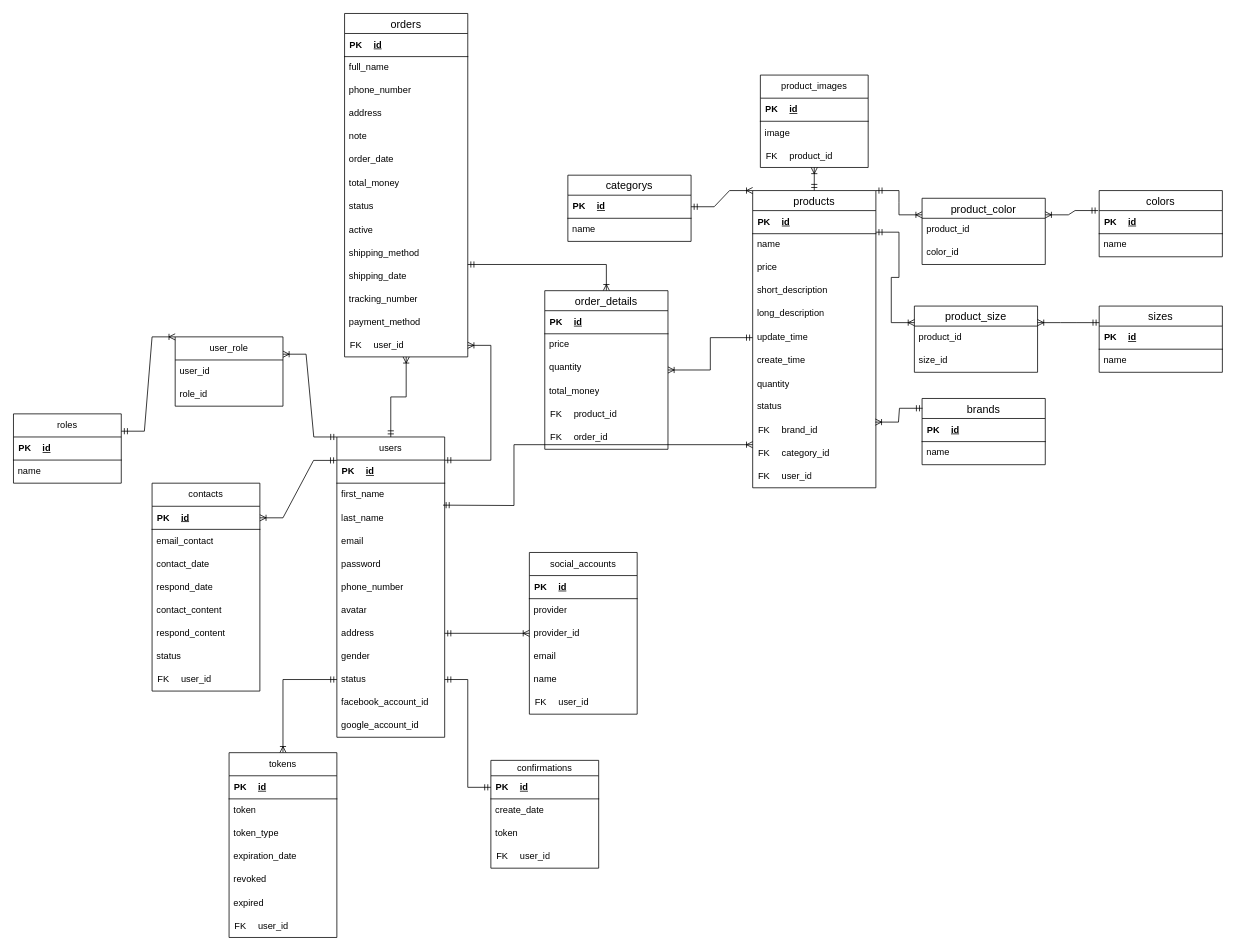
Earlier version of the draw.io diagram shop-online/Biểu đồ không có tiêu đề.drawio (Dangnhhe161726/shop-online). Source tidied: cells renumbered, new cells numbered last; positions are measured from the earlier drawing's top-left corner, leaving out a move shared by most shapes. Both pictures are drawn from the tidied source at 77%, with x=0, y=0 at pixel (13, -183).
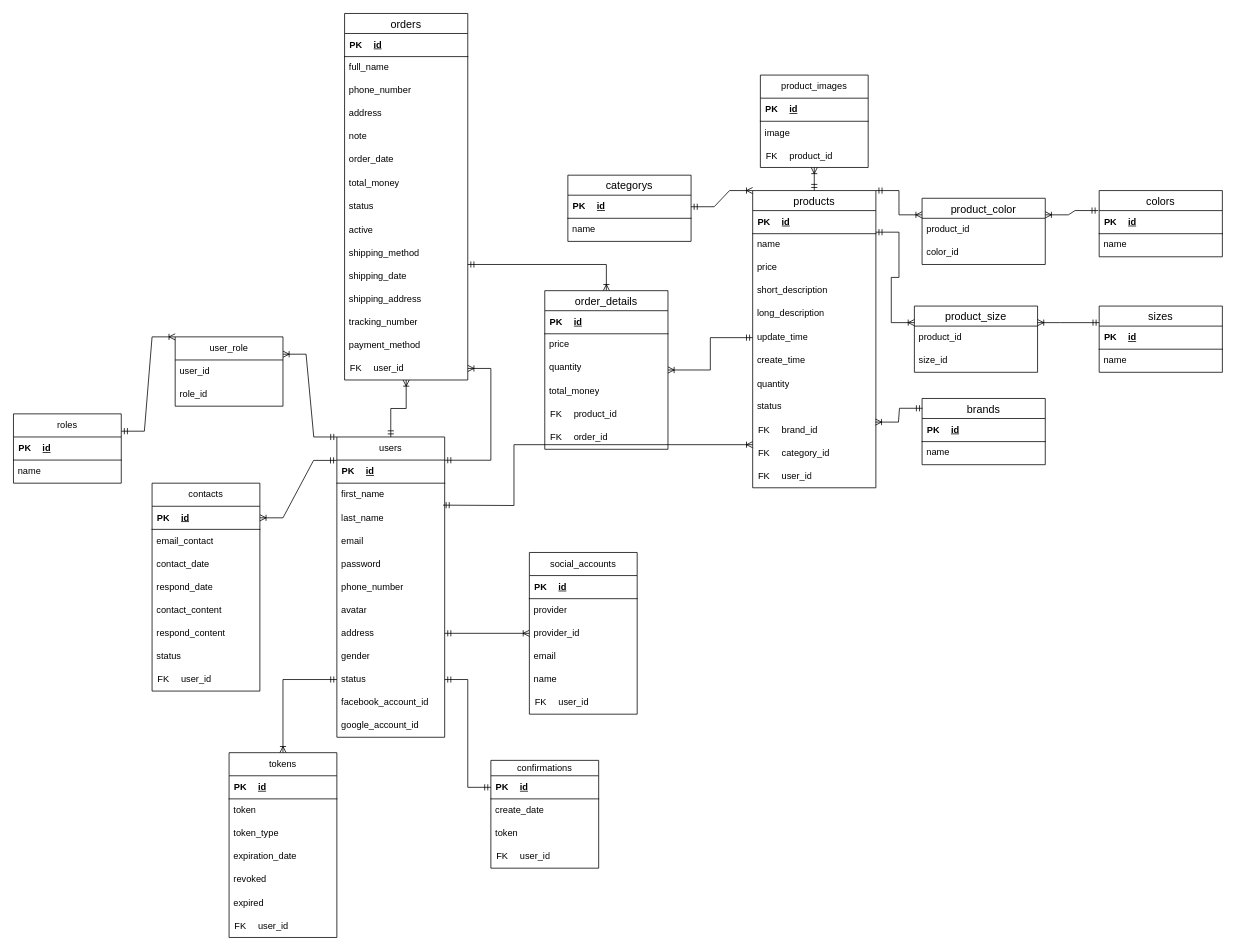
Above is the later version.

Commit message:
update table order

Diff of the diagram source:
```diff
@@
     <mxCell id="104" value="orders" style="swimlane;fontStyle=0;horizontal=1;startSize=26;align=center;fontSize=14;" parent="1" vertex="1">
-      <mxGeometry x="430" y="255" width="160" height="446" as="geometry" />
+      <mxGeometry x="430" y="255" width="160" height="476" as="geometry" />
     </mxCell>
@@
+    <mxCell id="198" value="shipping_address" style="text;strokeColor=none;fillColor=none;align=left;verticalAlign=middle;spacingLeft=4;spacingRight=4;overflow=hidden;whiteSpace=wrap;html=1;" parent="104" vertex="1">
+      <mxGeometry y="356" width="160" height="30" as="geometry" />
+    </mxCell>
     <mxCell id="119" value="tracking_number" style="text;strokeColor=none;fillColor=none;align=left;verticalAlign=middle;spacingLeft=4;spacingRight=4;overflow=hidden;whiteSpace=wrap;html=1;" parent="104" vertex="1">
-      <mxGeometry y="356" width="160" height="30" as="geometry" />
+      <mxGeometry y="386" width="160" height="30" as="geometry" />
     </mxCell>
     <mxCell id="120" value="payment_method" style="text;strokeColor=none;fillColor=none;align=left;verticalAlign=middle;spacingLeft=4;spacingRight=4;overflow=hidden;whiteSpace=wrap;html=1;" parent="104" vertex="1">
-      <mxGeometry y="386" width="160" height="30" as="geometry" />
+      <mxGeometry y="416" width="160" height="30" as="geometry" />
     </mxCell>
     <mxCell id="121" style="shape=table;startSize=0;childLayout=tableLayout;rowLines=0;fontStyle=0;align=center;strokeColor=none;fillColor=none;" parent="104" vertex="1">
-      <mxGeometry y="416" width="160" height="30" as="geometry" />
+      <mxGeometry y="446" width="160" height="30" as="geometry" />
     </mxCell>
```
